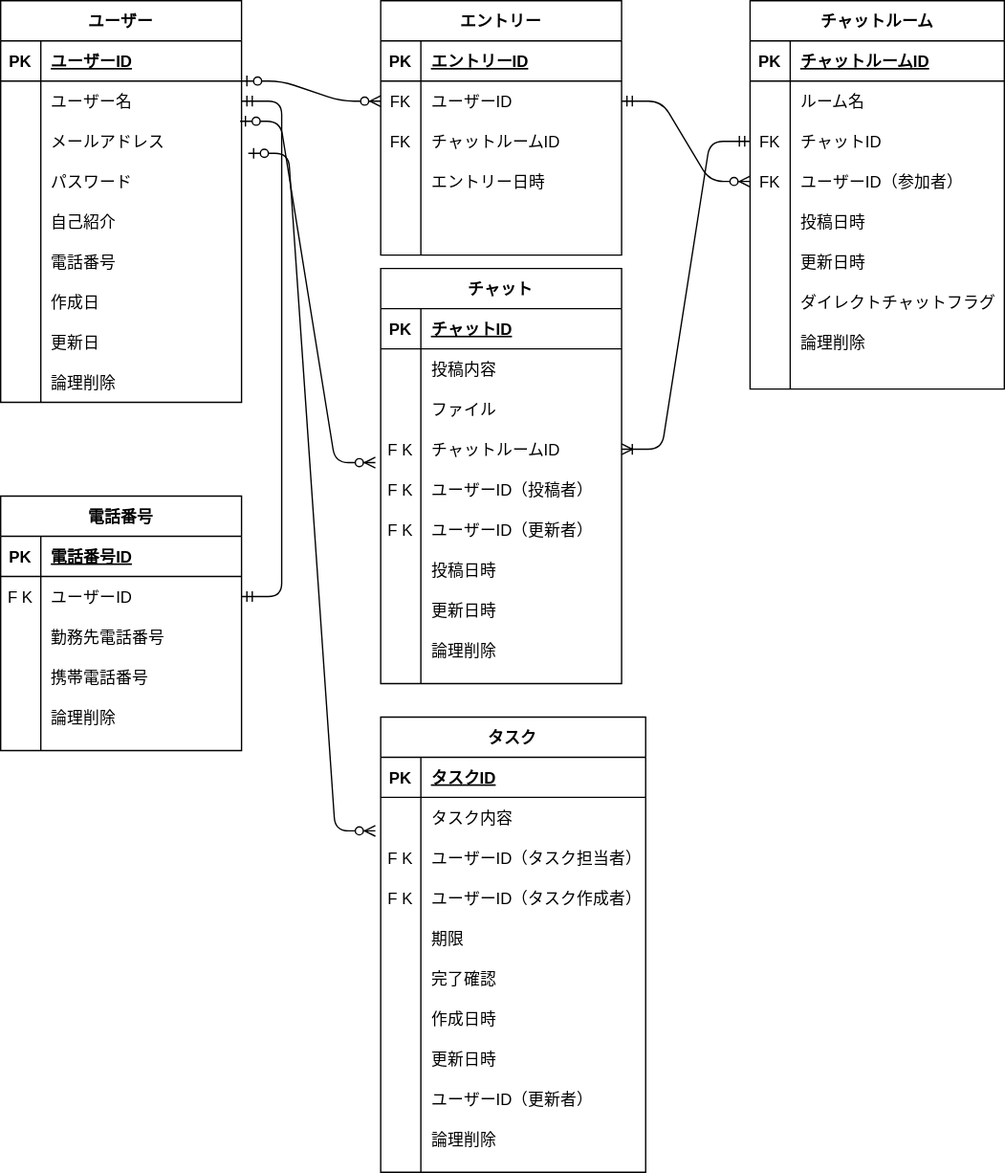
Before: db/db-challenge1/ERDiagram.drawio.svg, a diagram exported from draw.io (Theo08100404/codegym-db). Source tidied: cells renumbered, new cells last; positions are measured from the earlier drawing's top-left corner, leaving out a move shared by most shapes.
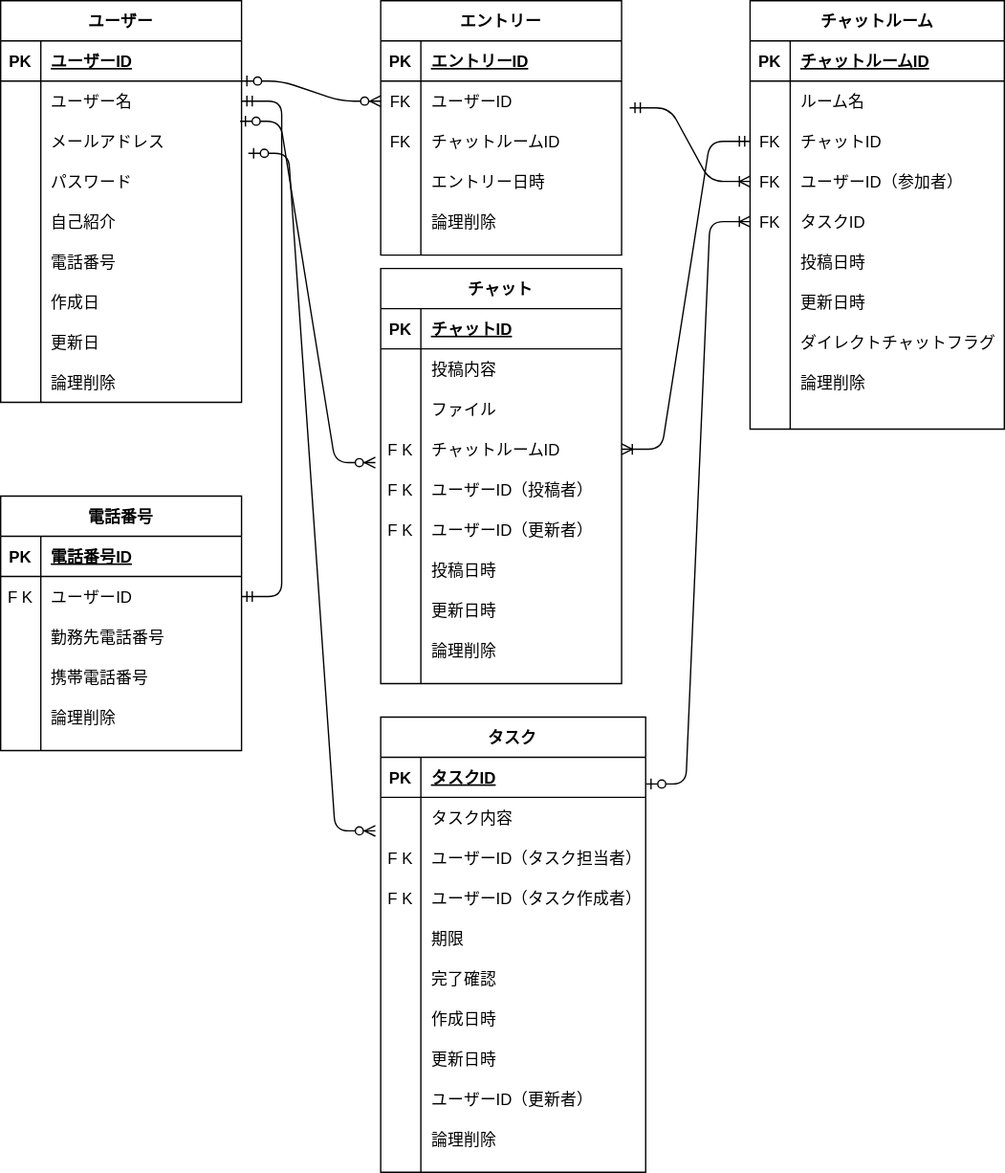
After the change.

Commit message:
課題1 1回目プルリクエスト

Change to the diagram source:
```diff
@@ -87,7 +87,7 @@
       <mxGeometry x="30" width="150" height="30" as="geometry" />
     </mxCell>
     <mxCell id="30" value="チャットルーム" style="shape=table;startSize=30;rowLines=0;fontStyle=1;align=center;" parent="1" vertex="1">
-      <mxGeometry x="560" width="190" height="290" as="geometry" />
+      <mxGeometry x="560" width="190" height="320" as="geometry" />
     </mxCell>
     <mxCell id="31" style="shape=partialRectangle;fillColor=none;top=0;left=0;bottom=1;right=0;" parent="30" vertex="1">
       <mxGeometry y="30" width="190" height="30" as="geometry" />
@@ -125,8 +125,17 @@
     <mxCell id="42" value="ユーザーID（参加者）" style="shape=partialRectangle;fillColor=none;top=0;left=0;bottom=0;right=0;align=left;spacingLeft=6;overflow=hidden;" parent="40" vertex="1">
       <mxGeometry x="30" width="160" height="30" as="geometry" />
     </mxCell>
+    <mxCell id="155" style="shape=partialRectangle;fillColor=none;top=0;left=0;bottom=0;right=0;points=[[0,0.5],[1,0.5]];portConstraint=eastwest;" parent="30" vertex="1">
+      <mxGeometry y="150" width="190" height="30" as="geometry" />
+    </mxCell>
+    <mxCell id="156" value="FK" style="shape=partialRectangle;fillColor=none;top=0;left=0;bottom=0;right=0;overflow=hidden;" parent="155" vertex="1">
+      <mxGeometry width="30" height="30" as="geometry" />
+    </mxCell>
+    <mxCell id="157" value="タスクID" style="shape=partialRectangle;fillColor=none;top=0;left=0;bottom=0;right=0;align=left;spacingLeft=6;overflow=hidden;" parent="155" vertex="1">
+      <mxGeometry x="30" width="160" height="30" as="geometry" />
+    </mxCell>
     <mxCell id="43" style="shape=partialRectangle;fillColor=none;top=0;left=0;bottom=0;right=0;" parent="30" vertex="1">
-      <mxGeometry y="150" width="190" height="30" as="geometry" />
+      <mxGeometry y="180" width="190" height="30" as="geometry" />
     </mxCell>
     <mxCell id="44" style="shape=partialRectangle;fillColor=none;top=0;left=0;bottom=0;right=0;overflow=hidden;" parent="43" vertex="1">
       <mxGeometry width="30" height="30" as="geometry" />
@@ -135,7 +144,7 @@
       <mxGeometry x="30" width="160" height="30" as="geometry" />
     </mxCell>
     <mxCell id="46" style="shape=partialRectangle;fillColor=none;top=0;left=0;bottom=0;right=0;" parent="30" vertex="1">
-      <mxGeometry y="180" width="190" height="30" as="geometry" />
+      <mxGeometry y="210" width="190" height="30" as="geometry" />
     </mxCell>
     <mxCell id="47" style="shape=partialRectangle;fillColor=none;top=0;left=0;bottom=0;right=0;overflow=hidden;" parent="46" vertex="1">
       <mxGeometry width="30" height="30" as="geometry" />
@@ -144,7 +153,7 @@
       <mxGeometry x="30" width="160" height="30" as="geometry" />
     </mxCell>
     <mxCell id="49" style="shape=partialRectangle;fillColor=none;top=0;left=0;bottom=0;right=0;" parent="30" vertex="1">
-      <mxGeometry y="210" width="190" height="30" as="geometry" />
+      <mxGeometry y="240" width="190" height="30" as="geometry" />
     </mxCell>
     <mxCell id="50" style="shape=partialRectangle;fillColor=none;top=0;left=0;bottom=0;right=0;overflow=hidden;" parent="49" vertex="1">
       <mxGeometry width="30" height="30" as="geometry" />
@@ -153,7 +162,7 @@
       <mxGeometry x="30" width="160" height="30" as="geometry" />
     </mxCell>
     <mxCell id="52" style="shape=partialRectangle;fillColor=none;top=0;left=0;bottom=0;right=0;" parent="30" vertex="1">
-      <mxGeometry y="240" width="190" height="30" as="geometry" />
+      <mxGeometry y="270" width="190" height="30" as="geometry" />
     </mxCell>
     <mxCell id="53" style="shape=partialRectangle;fillColor=none;top=0;left=0;bottom=0;right=0;overflow=hidden;" parent="52" vertex="1">
       <mxGeometry width="30" height="30" as="geometry" />
@@ -162,7 +171,7 @@
       <mxGeometry x="30" width="160" height="30" as="geometry" />
     </mxCell>
     <mxCell id="55" style="shape=partialRectangle;fillColor=none;top=0;left=0;bottom=0;right=0;" parent="30" vertex="1">
-      <mxGeometry y="270" width="190" height="20" as="geometry" />
+      <mxGeometry y="300" width="190" height="20" as="geometry" />
     </mxCell>
     <mxCell id="56" style="shape=partialRectangle;fillColor=none;top=0;left=0;bottom=0;right=0;overflow=hidden;" parent="55" vertex="1">
       <mxGeometry width="30" height="20" as="geometry" />
@@ -440,7 +449,7 @@
     <mxCell id="147" style="shape=partialRectangle;fillColor=none;top=0;left=0;bottom=0;right=0;overflow=hidden;" parent="146" vertex="1">
       <mxGeometry width="30" height="30" as="geometry" />
     </mxCell>
-    <mxCell id="148" style="shape=partialRectangle;fillColor=none;top=0;left=0;bottom=0;right=0;align=left;spacingLeft=6;overflow=hidden;" parent="146" vertex="1">
+    <mxCell id="148" value="論理削除" style="shape=partialRectangle;fillColor=none;top=0;left=0;bottom=0;right=0;align=left;spacingLeft=6;overflow=hidden;" parent="146" vertex="1">
       <mxGeometry x="30" width="150" height="30" as="geometry" />
     </mxCell>
     <mxCell id="149" style="edgeStyle=entityRelationEdgeStyle;fontSize=12;html=1;endArrow=ERmandOne;startArrow=ERmandOne;exitX=1;exitY=0.5;exitDx=0;exitDy=0;entryX=1;entryY=0.5;entryDx=0;entryDy=0;" parent="1" edge="1" source="6" target="121">
@@ -461,11 +470,18 @@
         <mxPoint x="280" y="620" as="targetPoint" />
       </mxGeometry>
     </mxCell>
-    <mxCell id="153" style="edgeStyle=entityRelationEdgeStyle;fontSize=12;html=1;endArrow=ERzeroToMany;startArrow=ERmandOne;entryX=0;entryY=0.5;entryDx=0;entryDy=0;exitX=1;exitY=0.5;exitDx=0;exitDy=0;" parent="1" edge="1" source="137" target="40">
-      <mxGeometry relative="1" as="geometry" />
-    </mxCell>
     <mxCell id="154" style="edgeStyle=entityRelationEdgeStyle;fontSize=12;html=1;endArrow=ERoneToMany;startArrow=ERmandOne;exitX=0;exitY=0.5;exitDx=0;exitDy=0;entryX=1;entryY=0.5;entryDx=0;entryDy=0;" parent="1" edge="1" source="37" target="99">
       <mxGeometry relative="1" as="geometry" />
     </mxCell>
+    <mxCell id="158" style="edgeStyle=entityRelationEdgeStyle;fontSize=12;html=1;endArrow=ERoneToMany;startArrow=ERzeroToOne;entryX=0;entryY=0.5;entryDx=0;entryDy=0;" parent="1" edge="1" target="155">
+      <mxGeometry relative="1" as="geometry">
+        <mxPoint x="482" y="585" as="sourcePoint" />
+      </mxGeometry>
+    </mxCell>
+    <mxCell id="159" style="edgeStyle=entityRelationEdgeStyle;fontSize=12;html=1;endArrow=ERoneToMany;startArrow=ERmandOne;entryX=0;entryY=0.5;entryDx=0;entryDy=0;" parent="1" edge="1" target="40">
+      <mxGeometry relative="1" as="geometry">
+        <mxPoint x="470" y="80" as="sourcePoint" />
+      </mxGeometry>
+    </mxCell>
   </root>
 </mxGraphModel>
```
